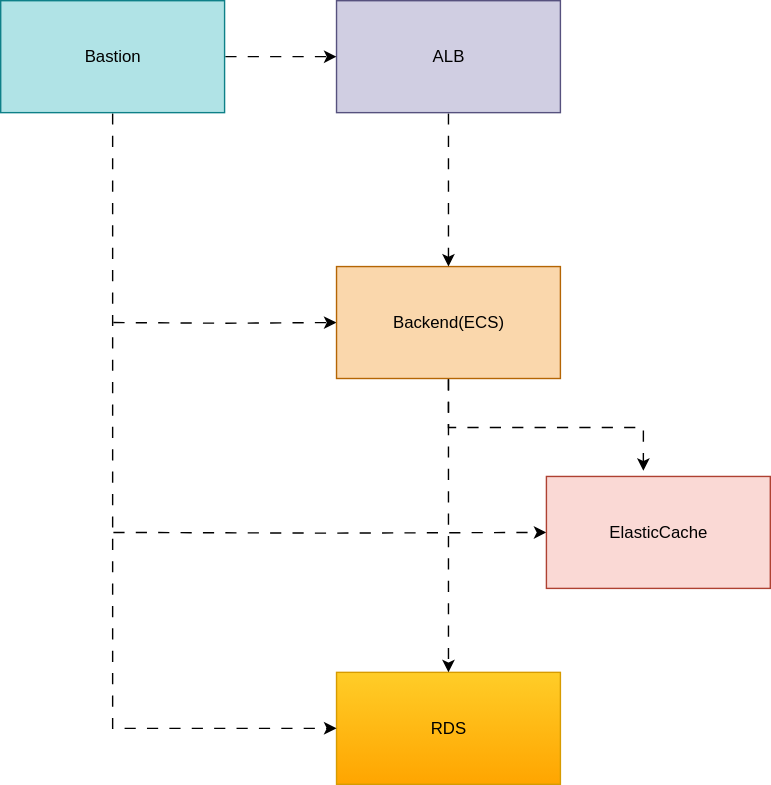
Before: sg-rules-ecs.svg, a diagram exported from draw.io (konka-devops-lab/serverless-infra-stack). Source tidied: cells renumbered, new cells last; positions are measured from the earlier drawing's top-left corner, leaving out a move shared by most shapes.
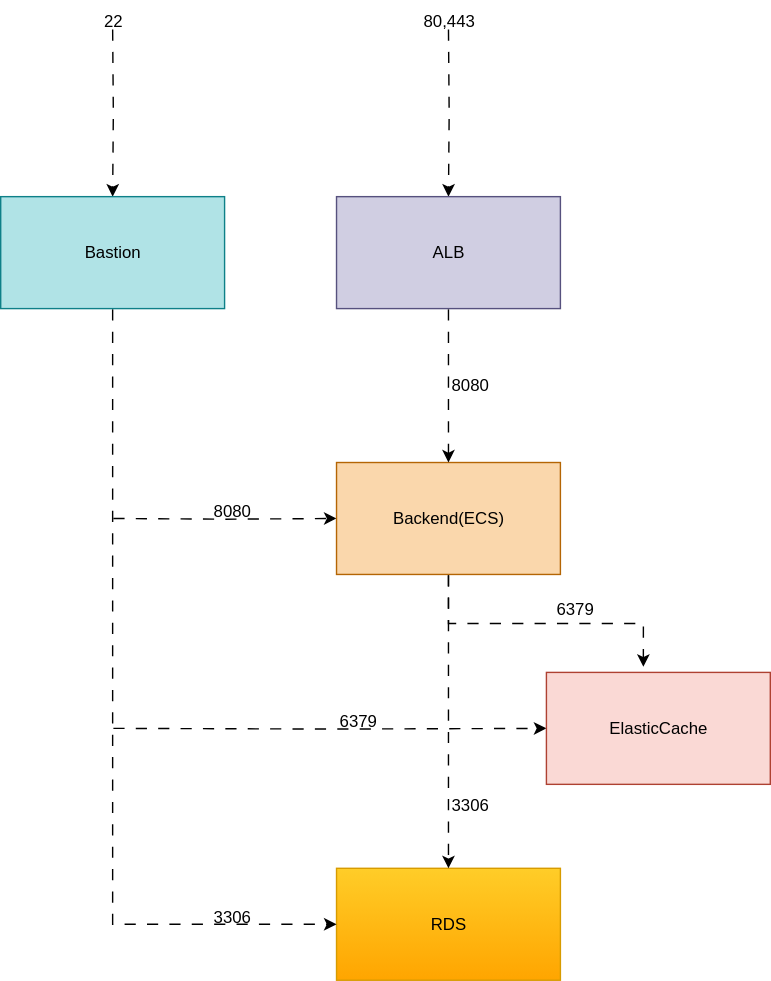
After the commit.

The edit, as a diff of the source:
```diff
@@ -27,6 +27,11 @@
     <mxCell id="8" style="edgeStyle=orthogonalEdgeStyle;rounded=0;jettySize=auto;html=1;entryX=0.5;entryY=0;entryDx=0;entryDy=0;flowAnimation=1;" parent="1" edge="1" source="9" target="7">
       <mxGeometry relative="1" as="geometry" />
     </mxCell>
+    <mxCell id="14" style="edgeStyle=orthogonalEdgeStyle;rounded=0;jettySize=auto;html=1;flowAnimation=1;" parent="1" edge="1" target="9">
+      <mxGeometry relative="1" as="geometry">
+        <mxPoint x="320" y="-120" as="sourcePoint" />
+      </mxGeometry>
+    </mxCell>
     <mxCell id="9" value="ALB" style="rounded=0;whiteSpace=wrap;html=1;fillColor=#d0cee2;strokeColor=#56517e;" parent="1" vertex="1">
       <mxGeometry x="240" width="160" height="80" as="geometry" />
     </mxCell>
@@ -37,14 +42,40 @@
         </Array>
       </mxGeometry>
     </mxCell>
-    <mxCell id="11" style="edgeStyle=orthogonalEdgeStyle;rounded=0;jettySize=auto;html=1;entryX=0;entryY=0.5;entryDx=0;entryDy=0;flowAnimation=1;" parent="1" edge="1" source="12" target="9">
-      <mxGeometry relative="1" as="geometry" />
-    </mxCell>
+    <mxCell id="15" style="edgeStyle=orthogonalEdgeStyle;rounded=0;jettySize=auto;html=1;flowAnimation=1;" parent="1" edge="1" target="12">
+      <mxGeometry relative="1" as="geometry">
+        <mxPoint x="80" y="-120" as="sourcePoint" />
+      </mxGeometry>
+    </mxCell>
     <mxCell id="12" value="Bastion" style="rounded=0;whiteSpace=wrap;html=1;fillColor=#b0e3e6;strokeColor=#0e8088;" parent="1" vertex="1">
       <mxGeometry width="160" height="80" as="geometry" />
     </mxCell>
     <mxCell id="13" style="edgeStyle=orthogonalEdgeStyle;rounded=0;jettySize=auto;html=1;entryX=0.433;entryY=-0.05;entryDx=0;entryDy=0;entryPerimeter=0;flowAnimation=1;" parent="1" edge="1" source="7" target="3">
       <mxGeometry relative="1" as="geometry" />
     </mxCell>
+    <mxCell id="16" value="22" style="text;html=1;align=center;verticalAlign=middle;strokeColor=none;fillColor=none;" parent="1" vertex="1">
+      <mxGeometry x="60" y="-140" width="40" height="30" as="geometry" />
+    </mxCell>
+    <mxCell id="17" value="80,443" style="text;html=1;align=center;verticalAlign=middle;strokeColor=none;fillColor=none;" parent="1" vertex="1">
+      <mxGeometry x="290" y="-140" width="60" height="30" as="geometry" />
+    </mxCell>
+    <mxCell id="18" value="8080" style="text;html=1;align=center;verticalAlign=middle;strokeColor=none;fillColor=none;" parent="1" vertex="1">
+      <mxGeometry x="310" y="120" width="50" height="30" as="geometry" />
+    </mxCell>
+    <mxCell id="19" value="8080" style="text;html=1;align=center;verticalAlign=middle;strokeColor=none;fillColor=none;" parent="1" vertex="1">
+      <mxGeometry x="140" y="210" width="50" height="30" as="geometry" />
+    </mxCell>
+    <mxCell id="20" value="6379" style="text;html=1;align=center;verticalAlign=middle;strokeColor=none;fillColor=none;" parent="1" vertex="1">
+      <mxGeometry x="385" y="280" width="50" height="30" as="geometry" />
+    </mxCell>
+    <mxCell id="21" value="6379" style="text;html=1;align=center;verticalAlign=middle;strokeColor=none;fillColor=none;" parent="1" vertex="1">
+      <mxGeometry x="230" y="360" width="50" height="30" as="geometry" />
+    </mxCell>
+    <mxCell id="22" value="3306" style="text;html=1;align=center;verticalAlign=middle;strokeColor=none;fillColor=none;" parent="1" vertex="1">
+      <mxGeometry x="310" y="420" width="50" height="30" as="geometry" />
+    </mxCell>
+    <mxCell id="23" value="3306" style="text;html=1;align=center;verticalAlign=middle;strokeColor=none;fillColor=none;" parent="1" vertex="1">
+      <mxGeometry x="140" y="500" width="50" height="30" as="geometry" />
+    </mxCell>
   </root>
 </mxGraphModel>
```
